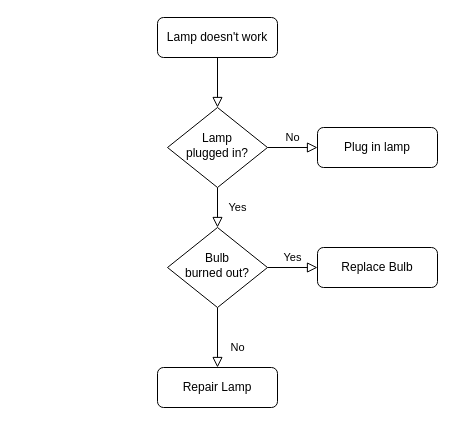
Brunoborgescarvalho/Projeto-Sonho keeps this draw.io diagram as Diagrama sem nome.drawio. Above is the earlier version. Source tidied: cells renumbered, new cells numbered last; positions are measured from the earlier drawing's top-left corner, leaving out a move shared by most shapes. Both pictures are drawn from the tidied source at 100%, with x=0, y=0 at pixel (157, 17).
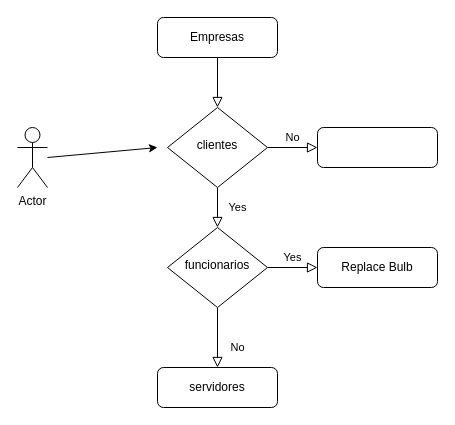
After the change.

Change to the diagram source:
```diff
@@
 <mxGraphModel>
   <root>
     <mxCell id="0" />
     <mxCell id="1" parent="0" />
     <mxCell id="2" style="rounded=0;html=1;jettySize=auto;fontSize=11;endArrow=block;endFill=0;endSize=8;strokeWidth=1;shadow=0;labelBackgroundColor=none;edgeStyle=orthogonalEdgeStyle;" parent="1" edge="1" source="3" target="6">
       <mxGeometry relative="1" as="geometry" />
     </mxCell>
-    <mxCell id="3" value="Lamp doesn't work" style="rounded=1;whiteSpace=wrap;html=1;fontSize=12;glass=0;strokeWidth=1;shadow=0;" parent="1" vertex="1">
+    <mxCell id="3" value="Empresas" style="rounded=1;whiteSpace=wrap;html=1;fontSize=12;glass=0;strokeWidth=1;shadow=0;" parent="1" vertex="1">
       <mxGeometry width="120" height="40" as="geometry" />
     </mxCell>
     <mxCell id="4" value="Yes" style="rounded=0;html=1;jettySize=auto;fontSize=11;endArrow=block;endFill=0;endSize=8;strokeWidth=1;shadow=0;labelBackgroundColor=none;edgeStyle=orthogonalEdgeStyle;" parent="1" edge="1" source="6" target="10">
       <mxGeometry y="20" relative="1" as="geometry" />
     </mxCell>
     <mxCell id="5" value="No" style="edgeStyle=orthogonalEdgeStyle;rounded=0;html=1;jettySize=auto;fontSize=11;endArrow=block;endFill=0;endSize=8;strokeWidth=1;shadow=0;labelBackgroundColor=none;" parent="1" edge="1" source="6" target="7">
       <mxGeometry y="10" relative="1" as="geometry" />
     </mxCell>
-    <mxCell id="6" value="Lamp&lt;br&gt;plugged in?" style="rhombus;whiteSpace=wrap;html=1;shadow=0;fontFamily=Helvetica;fontSize=12;align=center;strokeWidth=1;spacing=6;spacingTop=-4;" parent="1" vertex="1">
+    <mxCell id="6" value="clientes" style="rhombus;whiteSpace=wrap;html=1;shadow=0;fontFamily=Helvetica;fontSize=12;align=center;strokeWidth=1;spacing=6;spacingTop=-4;" parent="1" vertex="1">
       <mxGeometry x="10" y="90" width="100" height="80" as="geometry" />
     </mxCell>
-    <mxCell id="7" value="Plug in lamp" style="rounded=1;whiteSpace=wrap;html=1;fontSize=12;glass=0;strokeWidth=1;shadow=0;" parent="1" vertex="1">
+    <mxCell id="7" style="rounded=1;whiteSpace=wrap;html=1;fontSize=12;glass=0;strokeWidth=1;shadow=0;" parent="1" vertex="1">
       <mxGeometry x="160" y="110" width="120" height="40" as="geometry" />
     </mxCell>
     <mxCell id="8" value="No" style="rounded=0;html=1;jettySize=auto;fontSize=11;endArrow=block;endFill=0;endSize=8;strokeWidth=1;shadow=0;labelBackgroundColor=none;edgeStyle=orthogonalEdgeStyle;" parent="1" edge="1" source="10" target="11">
       <mxGeometry x="0.33" y="20" relative="1" as="geometry" />
     </mxCell>
     <mxCell id="9" value="Yes" style="edgeStyle=orthogonalEdgeStyle;rounded=0;html=1;jettySize=auto;fontSize=11;endArrow=block;endFill=0;endSize=8;strokeWidth=1;shadow=0;labelBackgroundColor=none;" parent="1" edge="1" source="10" target="12">
       <mxGeometry y="10" relative="1" as="geometry" />
     </mxCell>
-    <mxCell id="10" value="Bulb&lt;br&gt;burned out?" style="rhombus;whiteSpace=wrap;html=1;shadow=0;fontFamily=Helvetica;fontSize=12;align=center;strokeWidth=1;spacing=6;spacingTop=-4;" parent="1" vertex="1">
+    <mxCell id="10" value="funcionarios" style="rhombus;whiteSpace=wrap;html=1;shadow=0;fontFamily=Helvetica;fontSize=12;align=center;strokeWidth=1;spacing=6;spacingTop=-4;" parent="1" vertex="1">
       <mxGeometry x="10" y="210" width="100" height="80" as="geometry" />
     </mxCell>
-    <mxCell id="11" value="Repair Lamp" style="rounded=1;whiteSpace=wrap;html=1;fontSize=12;glass=0;strokeWidth=1;shadow=0;" parent="1" vertex="1">
+    <mxCell id="11" value="servidores" style="rounded=1;whiteSpace=wrap;html=1;fontSize=12;glass=0;strokeWidth=1;shadow=0;" parent="1" vertex="1">
       <mxGeometry y="350" width="120" height="40" as="geometry" />
     </mxCell>
     <mxCell id="12" value="Replace Bulb" style="rounded=1;whiteSpace=wrap;html=1;fontSize=12;glass=0;strokeWidth=1;shadow=0;" parent="1" vertex="1">
       <mxGeometry x="160" y="230" width="120" height="40" as="geometry" />
     </mxCell>
+    <mxCell id="13" value="Actor" style="shape=umlActor;verticalLabelPosition=bottom;verticalAlign=top;html=1;" parent="1" vertex="1">
+      <mxGeometry x="-140" y="110" width="30" height="60" as="geometry" />
+    </mxCell>
+    <mxCell id="14" style="endArrow=classic;html=1;rounded=0;" parent="1" edge="1">
+      <mxGeometry relative="1" as="geometry">
+        <mxPoint x="-110" y="140" as="sourcePoint" />
+        <mxPoint y="130" as="targetPoint" />
+      </mxGeometry>
+    </mxCell>
   </root>
 </mxGraphModel>
```
